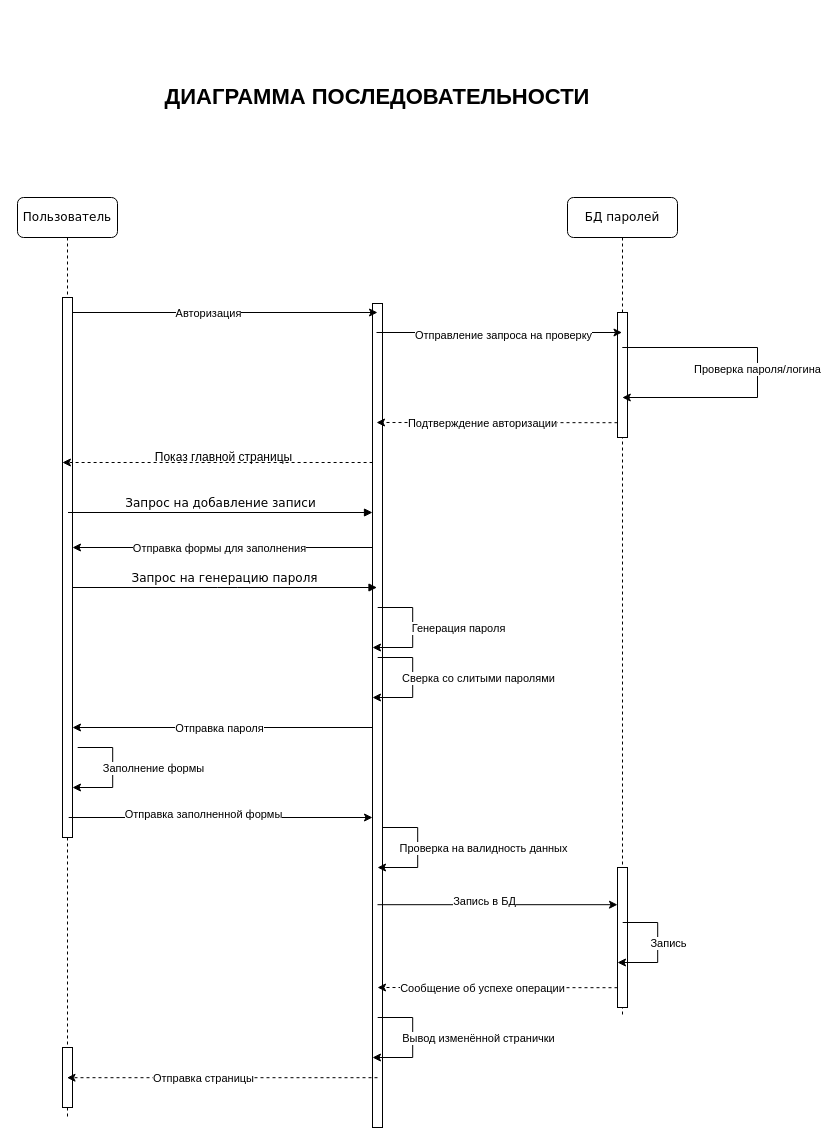
Above: последовательности.drawio in 4aRm5/password_manager_app (draw.io), before the change. Source tidied: cells renumbered, new cells numbered last; positions are measured from the earlier drawing's top-left corner, leaving out a move shared by most shapes. Both pictures are drawn from the tidied source at 100%, with x=0, y=0 at pixel (17, 17).
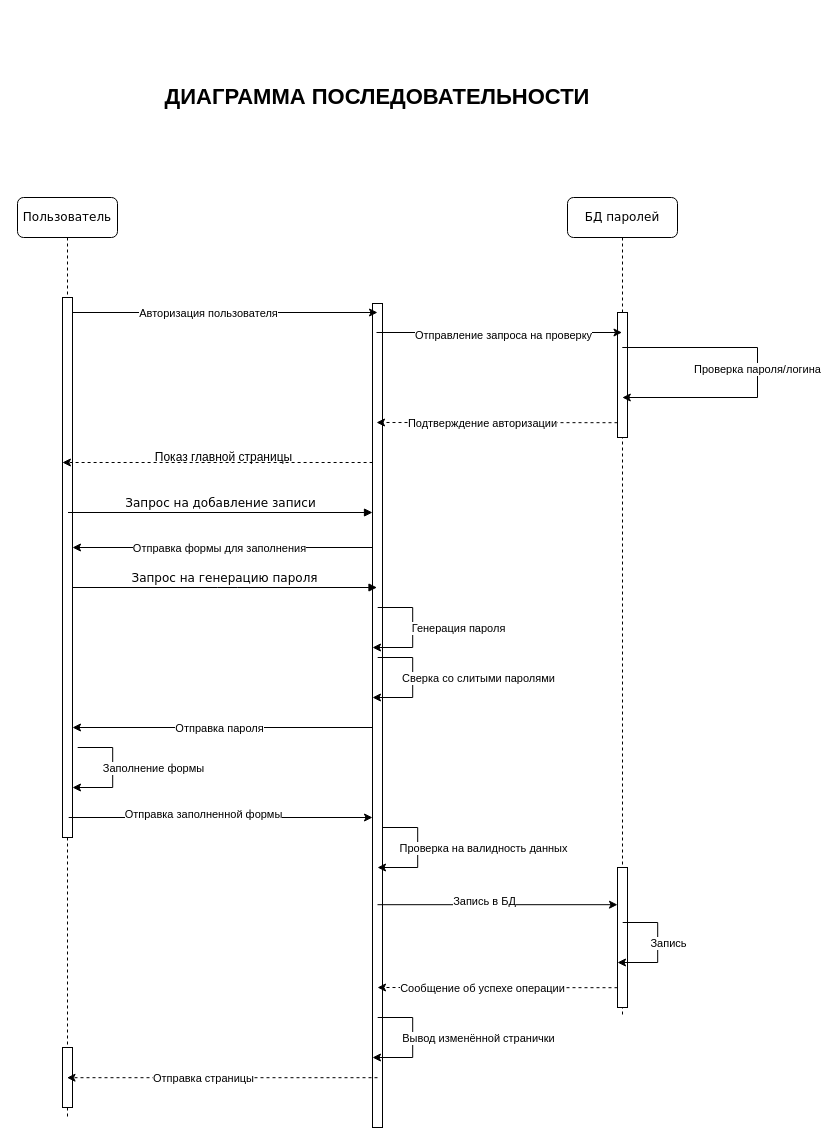
The same page after the edit.

Commit message (it also covers changes not shown here):
Перезалив диаграмм

The change refers to these unchanged cells:
```xml
<mxCell id="25" style="endArrow=classic;html=1;rounded=0;" parent="1" edge="1">
  <mxGeometry relative="1" as="geometry">
    <mxPoint x="55" y="295" as="sourcePoint" />
    <mxPoint x="360" y="295" as="targetPoint" />
  </mxGeometry>
</mxCell>
```

What changed in the source:
```diff
@@
-    <mxCell id="26" value="Авторизация" style="edgeLabel;html=1;align=center;verticalAlign=middle;" parent="25" vertex="1">
+    <mxCell id="26" value="Авторизация пользователя" style="edgeLabel;html=1;align=center;verticalAlign=middle;" parent="25" vertex="1">
       <mxGeometry x="-0.12" relative="1" as="geometry">
         <mxPoint x="1" as="offset" />
       </mxGeometry>
     </mxCell>
```
